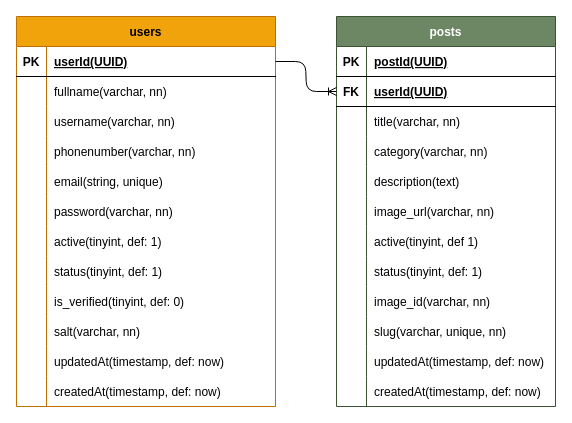
This is database_schema.dio from GolgothaAksanti/node-typescript-sequelize, a draw.io file, before an edit. Source tidied: cells renumbered, new cells numbered last; positions are measured from the earlier drawing's top-left corner, leaving out a move shared by most shapes. Both pictures are drawn from the tidied source at 100%, with x=0, y=0 at pixel (16, 16).
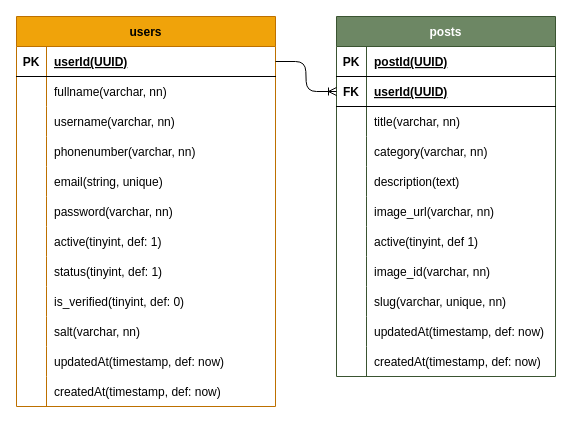
Above is the later version.

The edit, as a diff of the source:
```diff
@@
     <mxCell id="39" value="posts" style="shape=table;startSize=30;childLayout=tableLayout;rowLines=0;fontStyle=1;align=center;fillColor=#6d8764;strokeColor=#3A5431;fontColor=#ffffff;" parent="1" vertex="1">
-      <mxGeometry x="320" width="219" height="390" as="geometry" />
+      <mxGeometry x="320" width="219" height="360" as="geometry" />
     </mxCell>
@@
-    <mxCell id="61" style="shape=tableRow;horizontal=0;startSize=0;swimlaneHead=0;swimlaneBody=0;fillColor=none;top=0;left=0;right=0;bottom=0;" parent="39" vertex="1">
-      <mxGeometry y="240" width="219" height="30" as="geometry" />
-    </mxCell>
-    <mxCell id="62" style="shape=partialRectangle;fillColor=none;top=0;left=0;bottom=0;right=0;overflow=hidden;" parent="61" vertex="1">
-      <mxGeometry width="30" height="30" as="geometry" />
-    </mxCell>
-    <mxCell id="63" value="status(tinyint, def: 1)" style="shape=partialRectangle;fillColor=none;top=0;left=0;bottom=0;right=0;align=left;spacingLeft=6;overflow=hidden;" parent="61" vertex="1">
-      <mxGeometry x="30" width="189" height="30" as="geometry" />
-    </mxCell>
     <mxCell id="64" style="shape=tableRow;horizontal=0;startSize=0;swimlaneHead=0;swimlaneBody=0;fillColor=none;top=0;left=0;right=0;bottom=0;" parent="39" vertex="1">
-      <mxGeometry y="270" width="219" height="30" as="geometry" />
+      <mxGeometry y="240" width="219" height="30" as="geometry" />
     </mxCell>
@@
     <mxCell id="67" style="shape=tableRow;horizontal=0;startSize=0;swimlaneHead=0;swimlaneBody=0;fillColor=none;top=0;left=0;right=0;bottom=0;" parent="39" vertex="1">
-      <mxGeometry y="300" width="219" height="30" as="geometry" />
+      <mxGeometry y="270" width="219" height="30" as="geometry" />
     </mxCell>
@@
     <mxCell id="70" style="shape=tableRow;horizontal=0;startSize=0;swimlaneHead=0;swimlaneBody=0;fillColor=none;top=0;left=0;right=0;bottom=0;" parent="39" vertex="1">
-      <mxGeometry y="330" width="219" height="30" as="geometry" />
+      <mxGeometry y="300" width="219" height="30" as="geometry" />
     </mxCell>
@@
     <mxCell id="73" style="shape=tableRow;horizontal=0;startSize=0;swimlaneHead=0;swimlaneBody=0;fillColor=none;top=0;left=0;right=0;bottom=0;" parent="39" vertex="1">
-      <mxGeometry y="360" width="219" height="30" as="geometry" />
+      <mxGeometry y="330" width="219" height="30" as="geometry" />
     </mxCell>
```
